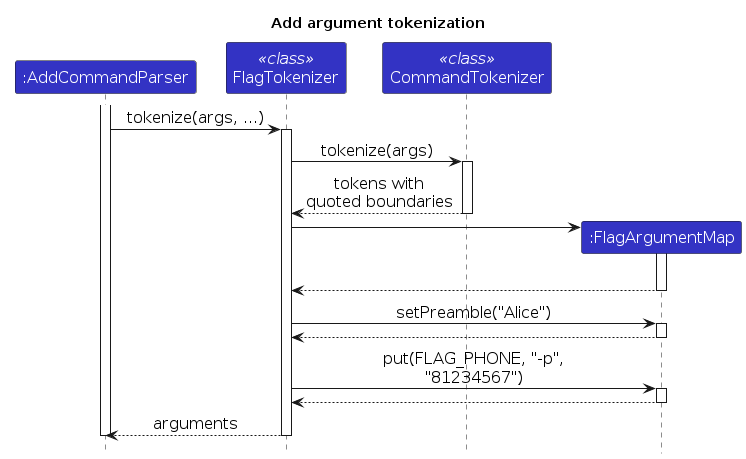
Above: diagrams/AddArgumentTokenization.png in AY2627S1-CS2103T-T16-1/tp (PlantUML), before the change. Its source is kept beside it as diagrams/AddArgumentTokenization.puml. Source of this version:
```plantuml
@startuml
!include style.puml
skinparam ArrowFontStyle plain
skinparam defaultFontSize 16
skinparam maxMessageSize 260
title Add argument tokenization

participant ":AddCommandParser" as parser LOGIC_COLOR
participant "FlagTokenizer" as flags <<class>> LOGIC_COLOR
participant "CommandTokenizer" as tokens <<class>> LOGIC_COLOR
participant ":FlagArgumentMap" as arguments LOGIC_COLOR

activate parser
parser -> flags : tokenize(args, ...)
activate flags
flags -> tokens : tokenize(args)
activate tokens
tokens --> flags : tokens with\nquoted boundaries
deactivate tokens
create arguments
flags -> arguments
activate arguments
||20||
arguments --> flags
deactivate arguments
flags -> arguments : setPreamble("Alice")
activate arguments
arguments --> flags
deactivate arguments
flags -> arguments : put(FLAG_PHONE, "-p", "81234567")
activate arguments
arguments --> flags
deactivate arguments
flags --> parser : arguments
deactivate flags
deactivate parser
@enduml
```
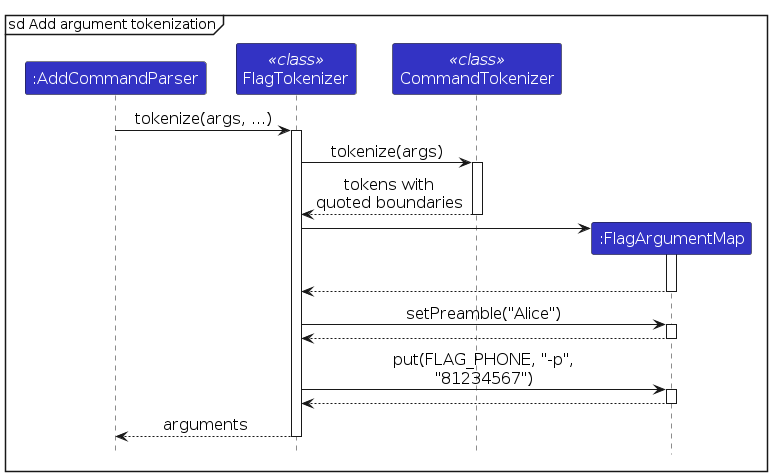
After the commit.

The edit, as a diff of the source:
```diff
@@ -3,14 +3,13 @@
 skinparam ArrowFontStyle plain
 skinparam defaultFontSize 16
 skinparam maxMessageSize 260
-title Add argument tokenization
+mainframe sd Add argument tokenization
 
 participant ":AddCommandParser" as parser LOGIC_COLOR
 participant "FlagTokenizer" as flags <<class>> LOGIC_COLOR
 participant "CommandTokenizer" as tokens <<class>> LOGIC_COLOR
 participant ":FlagArgumentMap" as arguments LOGIC_COLOR
 
-activate parser
 parser -> flags : tokenize(args, ...)
 activate flags
 flags -> tokens : tokenize(args)
@@ -33,5 +32,4 @@
 deactivate arguments
 flags --> parser : arguments
 deactivate flags
-deactivate parser
 @enduml
```
